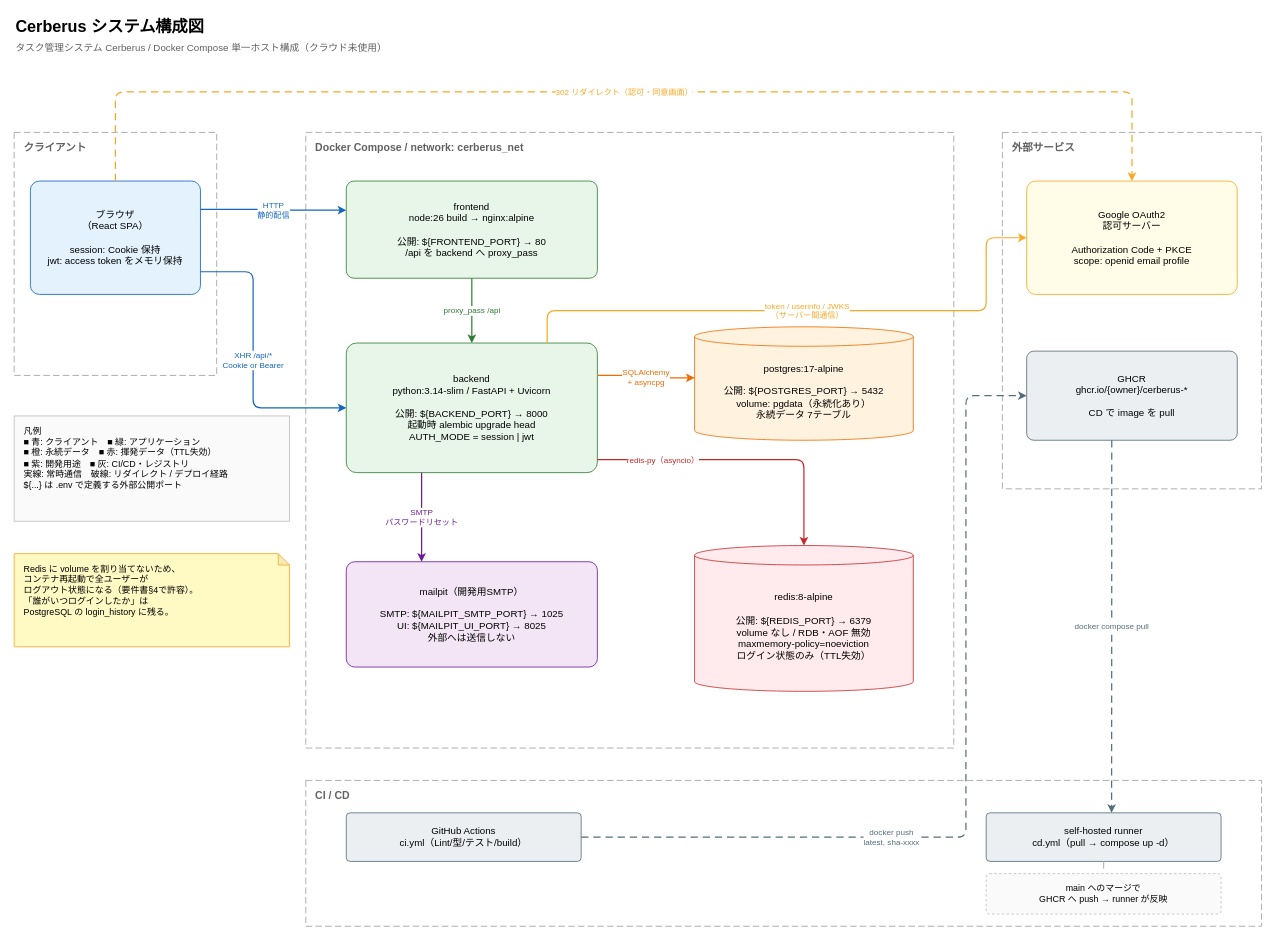
Earlier version of the draw.io diagram basic_design/diagrams/01_system_architecture.drawio (oikawa-d/task_management). Source tidied: cells renumbered, new cells numbered last; positions are measured from the earlier drawing's top-left corner, leaving out a move shared by most shapes. Both pictures are drawn from the tidied source at 81%, with x=0, y=0 at pixel (14, 14).
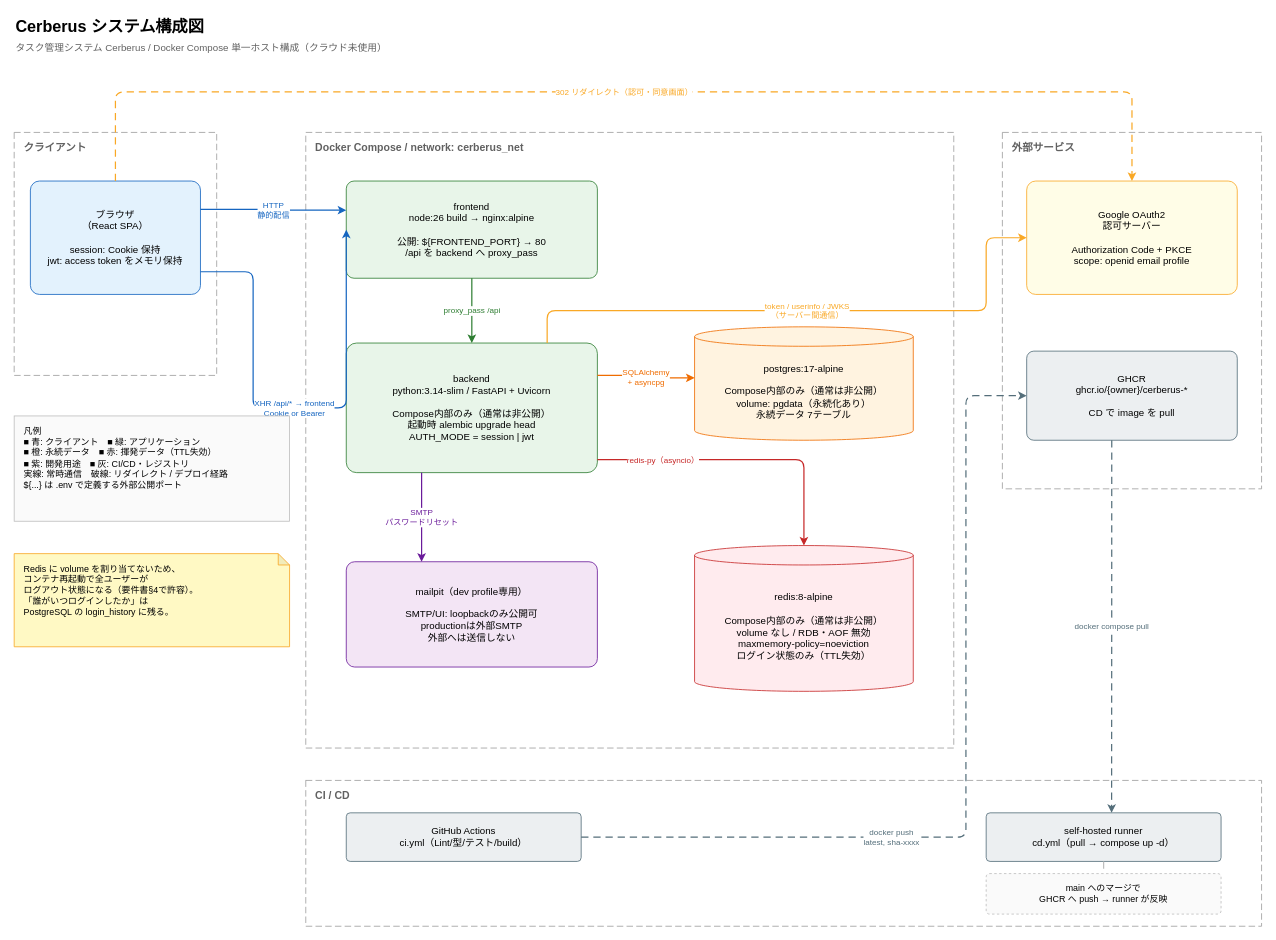
The same page after the edit.

Unchanged cells that the change refers to:
```xml
<mxCell id="5" value="ブラウザ&lt;br&gt;（React SPA）&lt;br&gt;&lt;br&gt;session: Cookie 保持&lt;br&gt;jwt: access token をメモリ保持" style="rounded=1;arcSize=8;whiteSpace=wrap;html=1;fillColor=#E3F2FD;strokeColor=#1565C0;align=center;verticalAlign=middle;fontFamily=Helvetica;fontSize=12;" parent="1" vertex="1">
  <mxGeometry x="20" y="206" width="210" height="140" as="geometry" />
</mxCell>
<mxCell id="7" value="frontend&lt;br&gt;node:26 build → nginx:alpine&lt;br&gt;&lt;br&gt;公開: ${FRONTEND_PORT} → 80&lt;br&gt;/api を backend へ proxy_pass" style="rounded=1;arcSize=8;whiteSpace=wrap;html=1;fillColor=#E8F5E9;strokeColor=#2E7D32;align=center;verticalAlign=middle;fontFamily=Helvetica;fontSize=12;" parent="1" vertex="1">
  <mxGeometry x="410" y="206" width="310" height="120" as="geometry" />
</mxCell>
```

What changed in the source:
```diff
@@
-    <mxCell id="8" value="backend&lt;br&gt;python:3.14-slim / FastAPI + Uvicorn&lt;br&gt;&lt;br&gt;公開: ${BACKEND_PORT} → 8000&lt;br&gt;起動時 alembic upgrade head&lt;br&gt;AUTH_MODE = session | jwt" style="rounded=1;arcSize=8;whiteSpace=wrap;html=1;fillColor=#E8F5E9;strokeColor=#2E7D32;align=center;verticalAlign=middle;fontFamily=Helvetica;fontSize=12;" parent="1" vertex="1">
+    <mxCell id="8" value="backend&lt;br&gt;python:3.14-slim / FastAPI + Uvicorn&lt;br&gt;&lt;br&gt;Compose内部のみ（通常は非公開）&lt;br&gt;起動時 alembic upgrade head&lt;br&gt;AUTH_MODE = session | jwt" style="rounded=1;arcSize=8;whiteSpace=wrap;html=1;fillColor=#E8F5E9;strokeColor=#2E7D32;align=center;verticalAlign=middle;fontFamily=Helvetica;fontSize=12;" parent="1" vertex="1">
       <mxGeometry x="410" y="406" width="310" height="160" as="geometry" />
     </mxCell>
-    <mxCell id="9" value="postgres:17-alpine&lt;br&gt;&lt;br&gt;公開: ${POSTGRES_PORT} → 5432&lt;br&gt;volume: pgdata（永続化あり）&lt;br&gt;永続データ 7テーブル" style="shape=cylinder3;whiteSpace=wrap;html=1;boundedLbl=1;backgroundOutline=1;size=12;fillColor=#FFF3E0;strokeColor=#EF6C00;fontFamily=Helvetica;fontSize=12;" parent="1" vertex="1">
+    <mxCell id="9" value="postgres:17-alpine&lt;br&gt;&lt;br&gt;Compose内部のみ（通常は非公開）&lt;br&gt;volume: pgdata（永続化あり）&lt;br&gt;永続データ 7テーブル" style="shape=cylinder3;whiteSpace=wrap;html=1;boundedLbl=1;backgroundOutline=1;size=12;fillColor=#FFF3E0;strokeColor=#EF6C00;fontFamily=Helvetica;fontSize=12;" parent="1" vertex="1">
       <mxGeometry x="840" y="386" width="270" height="140" as="geometry" />
     </mxCell>
-    <mxCell id="10" value="redis:8-alpine&lt;br&gt;&lt;br&gt;公開: ${REDIS_PORT} → 6379&lt;br&gt;volume なし / RDB・AOF 無効&lt;br&gt;maxmemory-policy=noeviction&lt;br&gt;ログイン状態のみ（TTL失効）" style="shape=cylinder3;whiteSpace=wrap;html=1;boundedLbl=1;backgroundOutline=1;size=12;fillColor=#FFEBEE;strokeColor=#C62828;fontFamily=Helvetica;fontSize=12;" parent="1" vertex="1">
+    <mxCell id="10" value="redis:8-alpine&lt;br&gt;&lt;br&gt;Compose内部のみ（通常は非公開）&lt;br&gt;volume なし / RDB・AOF 無効&lt;br&gt;maxmemory-policy=noeviction&lt;br&gt;ログイン状態のみ（TTL失効）" style="shape=cylinder3;whiteSpace=wrap;html=1;boundedLbl=1;backgroundOutline=1;size=12;fillColor=#FFEBEE;strokeColor=#C62828;fontFamily=Helvetica;fontSize=12;" parent="1" vertex="1">
       <mxGeometry x="840" y="656" width="270" height="180" as="geometry" />
     </mxCell>
-    <mxCell id="11" value="mailpit（開発用SMTP）&lt;br&gt;&lt;br&gt;SMTP: ${MAILPIT_SMTP_PORT} → 1025&lt;br&gt;UI: ${MAILPIT_UI_PORT} → 8025&lt;br&gt;外部へは送信しない" style="rounded=1;arcSize=8;whiteSpace=wrap;html=1;fillColor=#F3E5F5;strokeColor=#6A1B9A;align=center;verticalAlign=middle;fontFamily=Helvetica;fontSize=12;" parent="1" vertex="1">
+    <mxCell id="11" value="mailpit（dev profile専用）&lt;br&gt;&lt;br&gt;SMTP/UI: loopbackのみ公開可&lt;br&gt;productionは外部SMTP&lt;br&gt;外部へは送信しない" style="rounded=1;arcSize=8;whiteSpace=wrap;html=1;fillColor=#F3E5F5;strokeColor=#6A1B9A;align=center;verticalAlign=middle;fontFamily=Helvetica;fontSize=12;" parent="1" vertex="1">
       <mxGeometry x="410" y="676" width="310" height="130" as="geometry" />
     </mxCell>
@@
-    <mxCell id="20" value="XHR /api/*&lt;br&gt;Cookie or Bearer" style="edgeStyle=orthogonalEdgeStyle;rounded=1;html=1;jettySize=auto;strokeColor=#1565C0;strokeWidth=1.5;fontSize=10;fontColor=#1565C0;labelBackgroundColor=#FFFFFF;exitX=1;exitY=0.8;exitDx=0;exitDy=0;entryX=0;entryY=0.5;entryDx=0;entryDy=0;" parent="1" edge="1" source="5" target="8">
+    <mxCell id="20" value="XHR /api/* → frontend&lt;br&gt;Cookie or Bearer" style="edgeStyle=orthogonalEdgeStyle;rounded=1;html=1;jettySize=auto;strokeColor=#1565C0;strokeWidth=1.5;fontSize=10;fontColor=#1565C0;labelBackgroundColor=#FFFFFF;exitX=1;exitY=0.8;exitDx=0;exitDy=0;entryX=0;entryY=0.5;entryDx=0;entryDy=0;" parent="1" edge="1" source="5" target="7">
       <mxGeometry relative="1" as="geometry">
         <Array as="points">
           <mxPoint x="295" y="318" />
           <mxPoint x="295" y="486" />
         </Array>
       </mxGeometry>
     </mxCell>
```
